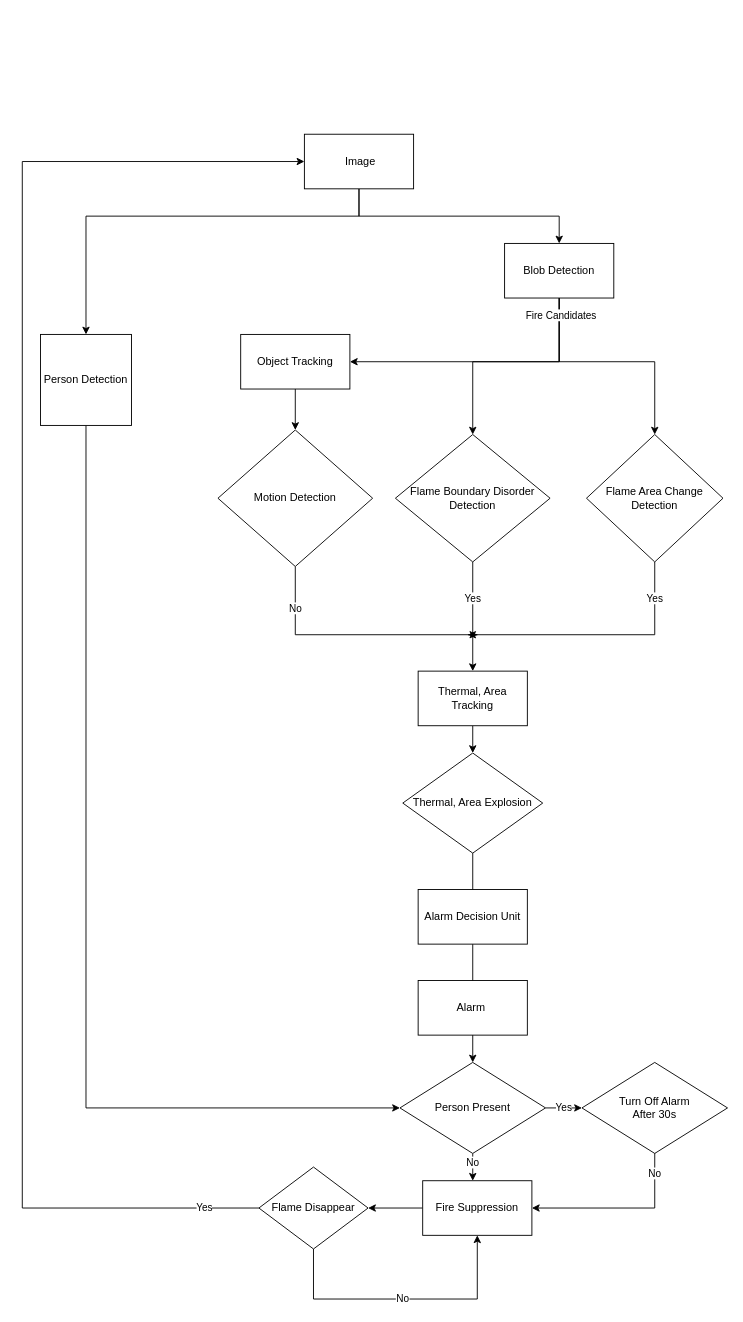
ThanhHoang198/Product-Sorting-System-based-on-Colour-Sensor keeps this draw.io diagram as Untitled Diagram.drawio. Above is the earlier version. Source tidied: cells renumbered, new cells numbered last; positions are measured from the earlier drawing's top-left corner, leaving out a move shared by most shapes. Both pictures are drawn from the tidied source at 91%, with x=0, y=0 at pixel (22, 134).
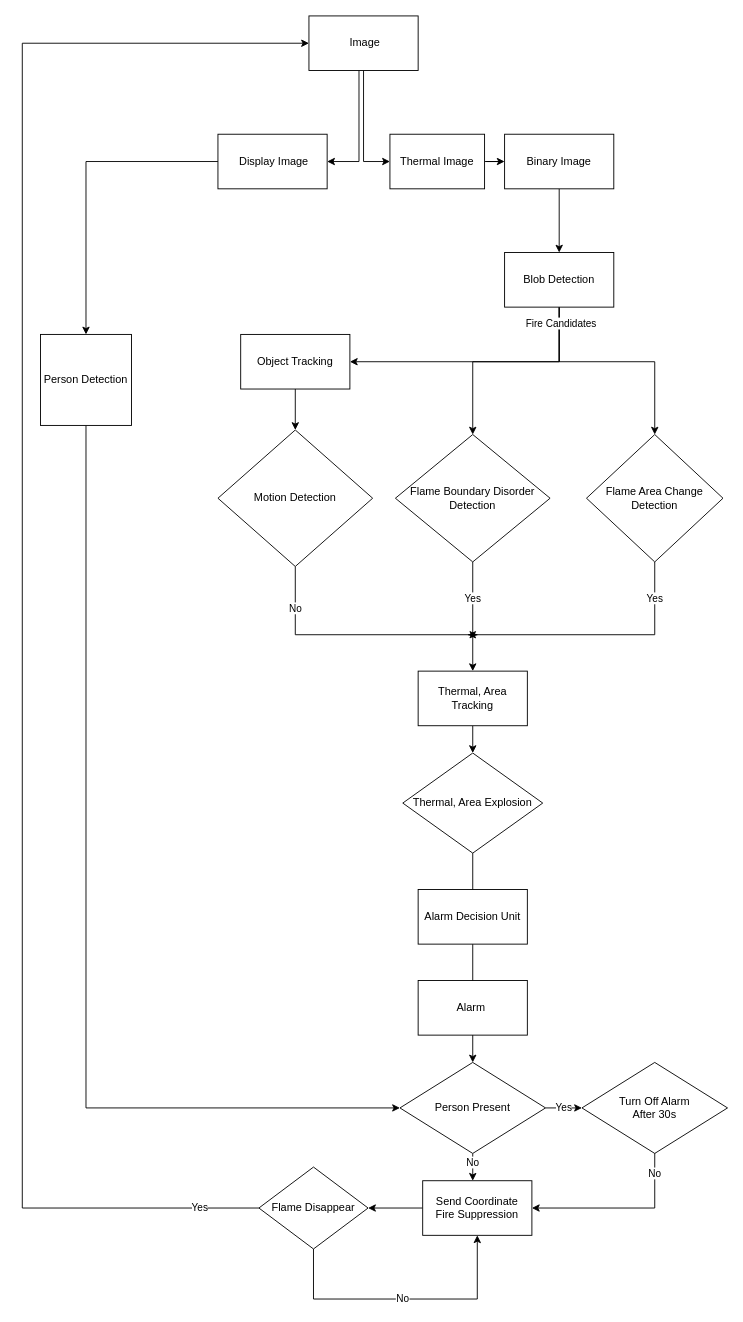
Above is the later version.

The change refers to these unchanged cells:
```xml
<mxCell id="28" value="Person Detection" style="whiteSpace=wrap;html=1;" parent="1" vertex="1">
  <mxGeometry x="20" y="220" width="100" height="100" as="geometry" />
</mxCell>
<mxCell id="36" value="Flame Disappear" style="rhombus;whiteSpace=wrap;html=1;rounded=0;" parent="1" vertex="1">
  <mxGeometry x="260" y="1135" width="120" height="90" as="geometry" />
</mxCell>
```

What changed in the source:
```diff
@@
-    <mxCell id="2" style="edgeStyle=orthogonalEdgeStyle;rounded=0;jettySize=auto;html=1;" parent="1" edge="1" source="4">
-      <mxGeometry relative="1" as="geometry">
-        <mxPoint x="70" y="220" as="targetPoint" />
-        <Array as="points">
-          <mxPoint x="370" y="90" />
-          <mxPoint x="70" y="90" />
-        </Array>
-      </mxGeometry>
-    </mxCell>
-    <mxCell id="3" style="edgeStyle=orthogonalEdgeStyle;rounded=0;jettySize=auto;html=1;" parent="1" edge="1" source="4" target="10">
-      <mxGeometry relative="1" as="geometry">
-        <Array as="points">
-          <mxPoint x="370" y="90" />
-          <mxPoint x="590" y="90" />
-        </Array>
-      </mxGeometry>
-    </mxCell>
+    <mxCell id="37" style="edgeStyle=orthogonalEdgeStyle;rounded=0;jettySize=auto;html=1;entryX=1;entryY=0.5;entryDx=0;entryDy=0;" parent="1" edge="1" source="4" target="40">
+      <mxGeometry relative="1" as="geometry">
+        <Array as="points">
+          <mxPoint x="370" y="30" />
+        </Array>
+      </mxGeometry>
+    </mxCell>
+    <mxCell id="38" style="edgeStyle=orthogonalEdgeStyle;rounded=0;jettySize=auto;html=1;entryX=0;entryY=0.5;entryDx=0;entryDy=0;" parent="1" edge="1" source="4" target="42">
+      <mxGeometry relative="1" as="geometry" />
+    </mxCell>
     <mxCell id="4" value="&amp;nbsp;Image" style="rounded=0;whiteSpace=wrap;html=1;" parent="1" vertex="1">
-      <mxGeometry x="310" width="120" height="60" as="geometry" />
+      <mxGeometry x="315" y="-130" width="120" height="60" as="geometry" />
     </mxCell>
@@
     <mxCell id="10" value="Blob Detection" style="rounded=0;whiteSpace=wrap;html=1;" parent="1" vertex="1">
-      <mxGeometry x="530" y="120" width="120" height="60" as="geometry" />
+      <mxGeometry x="530" y="130" width="120" height="60" as="geometry" />
     </mxCell>
@@
-    <mxCell id="30" value="Fire Suppression" style="rounded=0;whiteSpace=wrap;html=1;" parent="1" vertex="1">
+    <mxCell id="30" value="Send Coordinate&lt;br&gt;Fire Suppression" style="rounded=0;whiteSpace=wrap;html=1;" parent="1" vertex="1">
       <mxGeometry x="440" y="1150" width="120" height="60" as="geometry" />
     </mxCell>
@@
     <mxCell id="35" value="Yes" style="edgeStyle=orthogonalEdgeStyle;rounded=0;jettySize=auto;html=1;entryX=0;entryY=0.5;entryDx=0;entryDy=0;" parent="1" edge="1" source="36" target="4">
       <mxGeometry x="-0.93" relative="1" as="geometry">
         <Array as="points">
           <mxPoint y="1180" />
-          <mxPoint y="30" />
+          <mxPoint y="-100" />
         </Array>
       </mxGeometry>
     </mxCell>
@@
+    <mxCell id="39" style="edgeStyle=orthogonalEdgeStyle;rounded=0;jettySize=auto;html=1;entryX=0.5;entryY=0;entryDx=0;entryDy=0;" parent="1" edge="1" source="40" target="28">
+      <mxGeometry relative="1" as="geometry" />
+    </mxCell>
+    <mxCell id="40" value="&amp;nbsp;Display Image" style="rounded=0;whiteSpace=wrap;html=1;" parent="1" vertex="1">
+      <mxGeometry x="215" width="120" height="60" as="geometry" />
+    </mxCell>
+    <mxCell id="41" style="edgeStyle=orthogonalEdgeStyle;rounded=0;jettySize=auto;html=1;" parent="1" edge="1" source="42" target="44">
+      <mxGeometry relative="1" as="geometry" />
+    </mxCell>
+    <mxCell id="42" value="Thermal Image" style="rounded=0;whiteSpace=wrap;html=1;" parent="1" vertex="1">
+      <mxGeometry x="404" width="104" height="60" as="geometry" />
+    </mxCell>
+    <mxCell id="43" style="edgeStyle=orthogonalEdgeStyle;rounded=0;jettySize=auto;html=1;entryX=0.5;entryY=0;entryDx=0;entryDy=0;" parent="1" edge="1" source="44" target="10">
+      <mxGeometry relative="1" as="geometry" />
+    </mxCell>
+    <mxCell id="44" value="Binary Image" style="whiteSpace=wrap;html=1;rounded=0;" parent="1" vertex="1">
+      <mxGeometry x="530" width="120" height="60" as="geometry" />
+    </mxCell>
```
